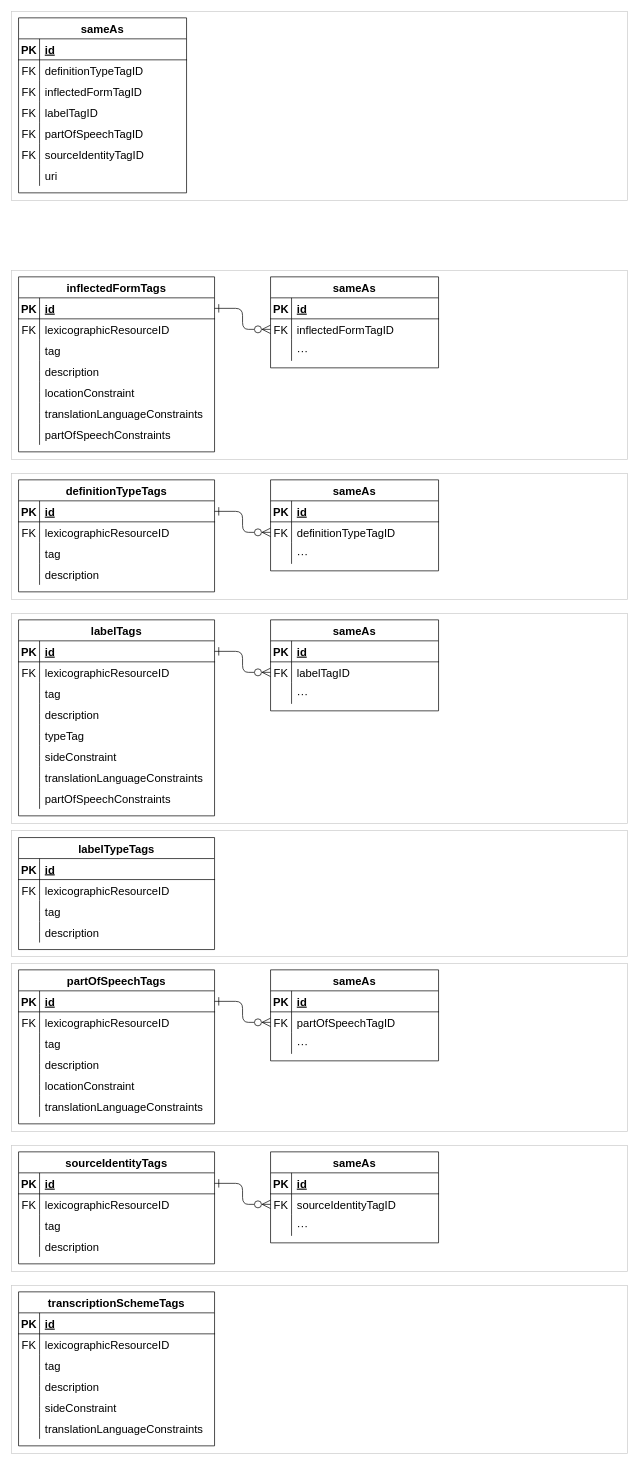
Above: dmlex-v1.0/specification/modules/values/databaseDiagrams/diagrams.drawio in oasis-tcs/lexidma (draw.io), before the change. Source tidied: cells renumbered, new cells numbered last; positions are measured from the earlier drawing's top-left corner, leaving out a move shared by most shapes. Both pictures are drawn from the tidied source at 70%, with x=0, y=0 at pixel (11, 11).
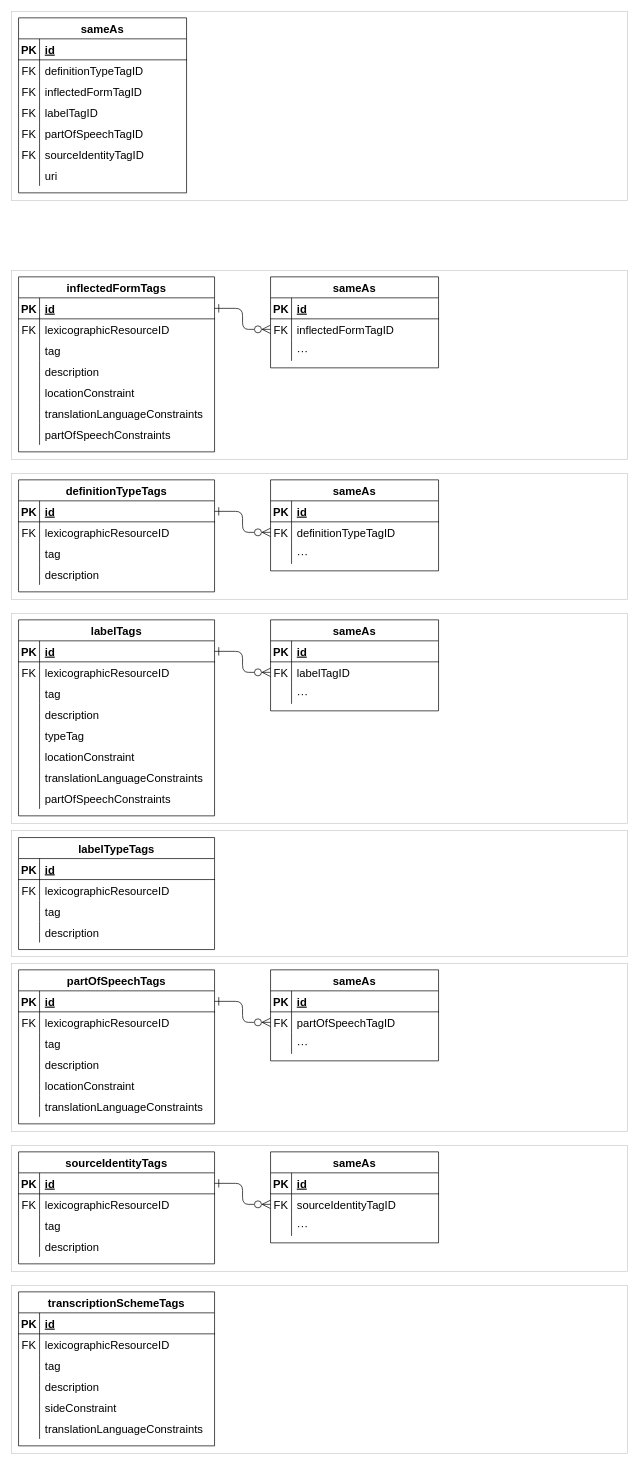
After the change.

The change refers to these unchanged cells:
```xml
<mxCell id="101" style="shape=tableRow;horizontal=0;startSize=0;swimlaneHead=0;swimlaneBody=0;fillColor=none;top=0;left=0;right=0;bottom=0;fontSize=16;" parent="85" vertex="1">
  <mxGeometry y="180" width="280" height="30" as="geometry" />
</mxCell>
```

Change to the diagram source:
```diff
@@
-    <mxCell id="103" value="sideConstraint" style="shape=partialRectangle;fillColor=none;top=0;left=0;bottom=0;right=0;align=left;spacingLeft=6;overflow=hidden;fontSize=16;" parent="101" vertex="1">
+    <mxCell id="103" value="locationConstraint" style="shape=partialRectangle;fillColor=none;top=0;left=0;bottom=0;right=0;align=left;spacingLeft=6;overflow=hidden;fontSize=16;" parent="101" vertex="1">
       <mxGeometry x="30" width="250" height="30" as="geometry" />
     </mxCell>
```
